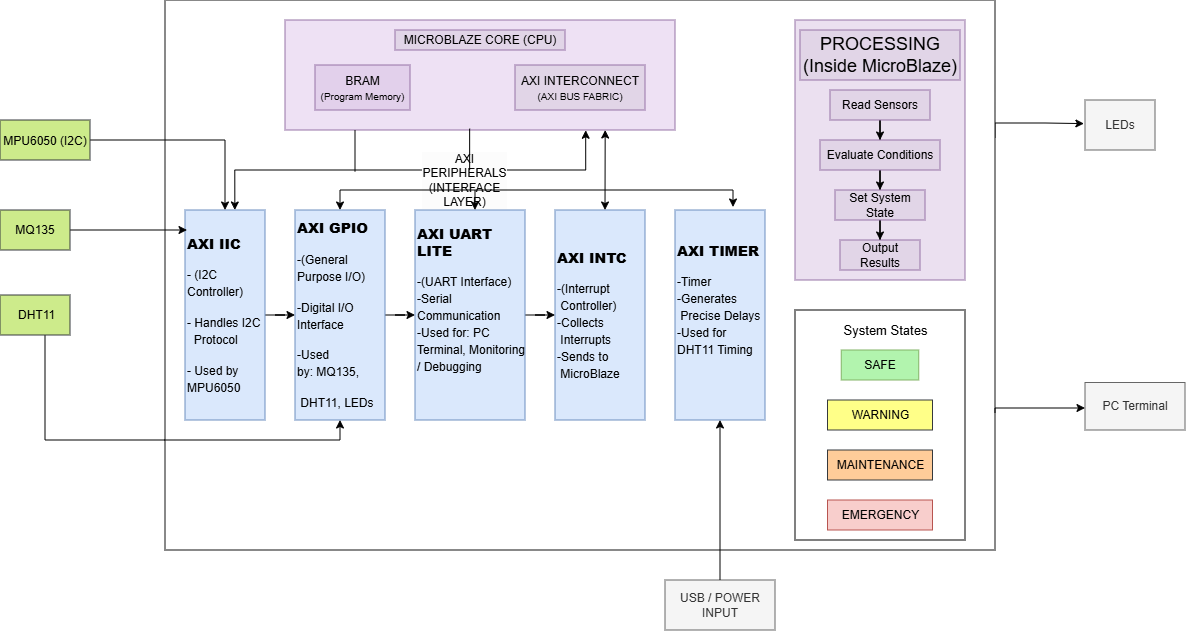
Above: images/architemb.png in PrinceEppakayal/SKILLLAB_PROR-2026-Innovators (draw.io), before the change. Source tidied: cells renumbered, new cells last; positions are measured from the earlier drawing's top-left corner, leaving out a move shared by most shapes. Its diagram source:
```xml
<mxGraphModel>
  <root>
    <mxCell id="0" />
    <mxCell id="1" parent="0" />
    <mxCell id="2" style="edgeStyle=orthogonalEdgeStyle;rounded=0;jettySize=auto;html=1;entryX=0.25;entryY=0;entryDx=0;entryDy=0;startArrow=none;startFill=0;endArrow=classic;endFill=1;" parent="1" edge="1" source="3" target="17">
      <mxGeometry relative="1" as="geometry" />
    </mxCell>
    <mxCell id="3" value="&lt;h3&gt;&lt;span style=&quot;background-color: transparent; color: light-dark(rgb(0, 0, 0), rgb(255, 255, 255)); font-size: 12px; font-weight: normal;&quot;&gt;MPU6050 (I2C)&lt;/span&gt;&lt;/h3&gt;" style="rounded=0;whiteSpace=wrap;html=1;fillColor=#cdeb8b;strokeColor=#36393d;" parent="1" vertex="1">
      <mxGeometry y="120" width="90" height="40" as="geometry" />
    </mxCell>
    <mxCell id="4" style="edgeStyle=orthogonalEdgeStyle;rounded=0;jettySize=auto;html=1;" parent="1" edge="1" source="5" target="17">
      <mxGeometry relative="1" as="geometry">
        <Array as="points">
          <mxPoint x="165" y="230" />
          <mxPoint x="165" y="230" />
        </Array>
      </mxGeometry>
    </mxCell>
    <mxCell id="5" value="MQ135" style="rounded=0;whiteSpace=wrap;html=1;fillColor=#cdeb8b;strokeColor=#36393d;" parent="1" vertex="1">
      <mxGeometry y="210" width="70" height="40" as="geometry" />
    </mxCell>
    <mxCell id="6" style="edgeStyle=orthogonalEdgeStyle;rounded=0;jettySize=auto;html=1;entryX=0.25;entryY=1;entryDx=0;entryDy=0;" parent="1" edge="1" source="7" target="20">
      <mxGeometry relative="1" as="geometry">
        <Array as="points">
          <mxPoint x="45" y="440" />
          <mxPoint x="318" y="440" />
        </Array>
      </mxGeometry>
    </mxCell>
    <mxCell id="7" value="&amp;nbsp;DHT11" style="rounded=0;whiteSpace=wrap;html=1;fillColor=#cdeb8b;strokeColor=#36393d;" parent="1" vertex="1">
      <mxGeometry y="295" width="70" height="40" as="geometry" />
    </mxCell>
    <mxCell id="8" style="edgeStyle=orthogonalEdgeStyle;rounded=0;jettySize=auto;html=1;exitX=1;exitY=0.25;exitDx=0;exitDy=0;entryX=-0.016;entryY=0.472;entryDx=0;entryDy=0;entryPerimeter=0;" parent="1" edge="1" source="9" target="40">
      <mxGeometry relative="1" as="geometry">
        <Array as="points">
          <mxPoint x="1045" y="123" />
          <mxPoint x="1045" y="124" />
        </Array>
      </mxGeometry>
    </mxCell>
    <mxCell id="9" style="rounded=0;whiteSpace=wrap;html=1;strokeColor=light-dark(#121212, #121212);" parent="1" vertex="1">
      <mxGeometry x="165" width="830" height="550" as="geometry" />
    </mxCell>
    <mxCell id="10" style="edgeStyle=orthogonalEdgeStyle;rounded=0;orthogonalLoop=1;jettySize=auto;html=1;entryX=0.623;entryY=0.004;entryDx=0;entryDy=0;startArrow=classic;startFill=1;endArrow=classic;endFill=1;exitX=0.771;exitY=1.01;exitDx=0;exitDy=0;exitPerimeter=0;entryPerimeter=0;" parent="1" edge="1">
      <mxGeometry relative="1" as="geometry">
        <mxPoint x="585.7" y="130.3" as="sourcePoint" />
        <mxPoint x="234.8" y="210" as="targetPoint" />
        <Array as="points">
          <mxPoint x="586" y="170" />
          <mxPoint x="235" y="170" />
        </Array>
      </mxGeometry>
    </mxCell>
    <mxCell id="11" value="&lt;span style=&quot;font-size: 12px; white-space: normal;&quot;&gt;AXI PERIPHERALS (INTERFACE LAYER)&lt;/span&gt;" style="edgeLabel;html=1;align=center;verticalAlign=middle;labelBackgroundColor=light-dark(#fcfcfc, #ededed);" parent="10" vertex="1">
      <mxGeometry x="-0.45" relative="1" as="geometry">
        <mxPoint x="-42" y="10" as="offset" />
      </mxGeometry>
    </mxCell>
    <mxCell id="12" style="rounded=0;whiteSpace=wrap;html=1;fillColor=light-dark(#eee1f4, #392f3f);strokeColor=#9673a6;" parent="1" vertex="1">
      <mxGeometry x="285" y="20" width="390" height="110" as="geometry" />
    </mxCell>
    <mxCell id="13" value="BRAM&lt;div&gt;&lt;font style=&quot;font-size: 10px;&quot;&gt;(Program Memory)&lt;/font&gt;&lt;/div&gt;" style="whiteSpace=wrap;html=1;fillColor=light-dark(#e2d0eb, #392f3f);strokeColor=#9673a6;" parent="1" vertex="1">
      <mxGeometry x="315" y="65" width="95" height="45" as="geometry" />
    </mxCell>
    <mxCell id="14" value="AXI INTERCONNECT&lt;div&gt;&lt;font style=&quot;font-size: 10px;&quot;&gt;(AXI BUS FABRIC)&lt;/font&gt;&lt;/div&gt;" style="whiteSpace=wrap;html=1;fillColor=#e1d5e7;strokeColor=#9673a6;" parent="1" vertex="1">
      <mxGeometry x="515" y="65" width="130" height="45" as="geometry" />
    </mxCell>
    <mxCell id="15" value="MICROBLAZE CORE (CPU)" style="whiteSpace=wrap;html=1;strokeColor=#9673a6;fillColor=#e1d5e7;" parent="1" vertex="1">
      <mxGeometry x="395" y="30" width="170" height="20" as="geometry" />
    </mxCell>
    <mxCell id="16" style="edgeStyle=orthogonalEdgeStyle;rounded=0;jettySize=auto;html=1;" parent="1" edge="1" source="17" target="20">
      <mxGeometry relative="1" as="geometry" />
    </mxCell>
    <mxCell id="17" value="&lt;h3&gt;&lt;span role=&quot;text&quot;&gt;&lt;strong&gt;AXI IIC&lt;/strong&gt;&lt;/span&gt;&lt;/h3&gt;&lt;h3&gt;&lt;span style=&quot;background-color: transparent; color: light-dark(rgb(0, 0, 0), rgb(255, 255, 255)); font-size: 12px; font-weight: normal;&quot;&gt;- (I2C Controller)&lt;/span&gt;&lt;/h3&gt;&lt;h3&gt;&lt;span style=&quot;background-color: transparent; color: light-dark(rgb(0, 0, 0), rgb(255, 255, 255)); font-size: 12px; font-weight: normal;&quot;&gt;- Handles I2C&amp;nbsp; &amp;nbsp; Protocol&lt;/span&gt;&lt;/h3&gt;&lt;h3&gt;&lt;span style=&quot;background-color: transparent; color: light-dark(rgb(0, 0, 0), rgb(255, 255, 255)); font-size: 12px; font-weight: normal;&quot;&gt;- Used by MPU6050&lt;/span&gt;&lt;/h3&gt;" style="whiteSpace=wrap;html=1;align=left;fillColor=#dae8fc;strokeColor=#6c8ebf;" parent="1" vertex="1">
      <mxGeometry x="185" y="210" width="80" height="210" as="geometry" />
    </mxCell>
    <mxCell id="18" style="edgeStyle=orthogonalEdgeStyle;rounded=0;jettySize=auto;html=1;endArrow=classic;endFill=1;startArrow=classic;startFill=1;" parent="1" edge="1" source="20">
      <mxGeometry relative="1" as="geometry">
        <mxPoint x="733" y="207" as="targetPoint" />
        <Array as="points">
          <mxPoint x="340" y="190" />
          <mxPoint x="733" y="190" />
        </Array>
      </mxGeometry>
    </mxCell>
    <mxCell id="19" style="edgeStyle=orthogonalEdgeStyle;rounded=0;jettySize=auto;html=1;" parent="1" edge="1" source="20" target="22">
      <mxGeometry relative="1" as="geometry" />
    </mxCell>
    <mxCell id="20" value="&lt;h3&gt;&lt;span role=&quot;text&quot;&gt;&lt;strong&gt;AXI GPIO&lt;/strong&gt;&lt;/span&gt;&lt;/h3&gt;&lt;h3&gt;&lt;span style=&quot;background-color: transparent; color: light-dark(rgb(0, 0, 0), rgb(255, 255, 255)); font-size: 12px; font-weight: normal;&quot;&gt;-(General Purpose I/O)&lt;/span&gt;&lt;/h3&gt;&lt;h3&gt;&lt;span style=&quot;background-color: transparent; color: light-dark(rgb(0, 0, 0), rgb(255, 255, 255)); font-size: 12px; font-weight: normal;&quot;&gt;-Digital I/O Interface&lt;/span&gt;&lt;/h3&gt;&lt;h3&gt;&lt;span style=&quot;background-color: transparent; color: light-dark(rgb(0, 0, 0), rgb(255, 255, 255)); font-size: 12px; font-weight: normal;&quot;&gt;-Used by:&amp;nbsp;&lt;/span&gt;&lt;span style=&quot;background-color: transparent; color: light-dark(rgb(0, 0, 0), rgb(255, 255, 255)); font-size: 12px; font-weight: normal;&quot;&gt;MQ135,&lt;/span&gt;&lt;/h3&gt;&lt;h3&gt;&lt;span style=&quot;background-color: transparent; color: light-dark(rgb(0, 0, 0), rgb(255, 255, 255)); font-size: 12px; font-weight: normal;&quot;&gt;&amp;nbsp;&lt;/span&gt;&lt;span style=&quot;background-color: transparent; color: light-dark(rgb(0, 0, 0), rgb(255, 255, 255)); font-size: 12px; font-weight: normal;&quot;&gt;DHT11,&amp;nbsp;&lt;/span&gt;&lt;span style=&quot;background-color: transparent; color: light-dark(rgb(0, 0, 0), rgb(255, 255, 255)); font-size: 12px; font-weight: normal;&quot;&gt;LEDs&lt;/span&gt;&lt;/h3&gt;" style="whiteSpace=wrap;html=1;align=left;fillColor=#dae8fc;strokeColor=#6c8ebf;" parent="1" vertex="1">
      <mxGeometry x="295" y="210" width="90" height="210" as="geometry" />
    </mxCell>
    <mxCell id="21" style="edgeStyle=orthogonalEdgeStyle;rounded=0;jettySize=auto;html=1;" parent="1" edge="1" source="22" target="23">
      <mxGeometry relative="1" as="geometry" />
    </mxCell>
    <mxCell id="22" value="&lt;h3&gt;&lt;span role=&quot;text&quot;&gt;&lt;strong&gt;AXI UART LITE&lt;/strong&gt;&lt;/span&gt;&lt;/h3&gt;&lt;h3&gt;&lt;span style=&quot;font-weight: normal;&quot;&gt;&lt;span style=&quot;background-color: transparent; color: light-dark(rgb(0, 0, 0), rgb(255, 255, 255)); font-size: 12px;&quot;&gt;-(UART Interface)&lt;/span&gt;&lt;br&gt;&lt;span style=&quot;background-color: transparent; color: light-dark(rgb(0, 0, 0), rgb(255, 255, 255)); font-size: 12px;&quot;&gt;-Serial Communication&lt;/span&gt;&lt;br&gt;&lt;span style=&quot;background-color: transparent; color: light-dark(rgb(0, 0, 0), rgb(255, 255, 255)); font-size: 12px;&quot;&gt;-Used for:&amp;nbsp;&lt;/span&gt;&lt;/span&gt;&lt;span style=&quot;background-color: transparent; color: light-dark(rgb(0, 0, 0), rgb(255, 255, 255)); font-size: 12px; font-weight: normal;&quot;&gt;PC Terminal,&amp;nbsp;&lt;/span&gt;&lt;span style=&quot;background-color: transparent; color: light-dark(rgb(0, 0, 0), rgb(255, 255, 255)); font-size: 12px; font-weight: normal;&quot;&gt;Monitoring / Debugging&lt;/span&gt;&lt;/h3&gt;&lt;h3&gt;&lt;br&gt;&lt;/h3&gt;" style="whiteSpace=wrap;html=1;align=left;fillColor=#dae8fc;strokeColor=#6c8ebf;" parent="1" vertex="1">
      <mxGeometry x="415" y="210" width="110" height="210" as="geometry" />
    </mxCell>
    <mxCell id="23" value="&lt;h3&gt;&lt;span role=&quot;text&quot;&gt;&lt;strong&gt;AXI INTC&lt;/strong&gt;&lt;/span&gt;&lt;/h3&gt;&lt;h3&gt;&lt;span style=&quot;font-weight: normal;&quot;&gt;&lt;span style=&quot;background-color: transparent; color: light-dark(rgb(0, 0, 0), rgb(255, 255, 255)); font-size: 12px;&quot;&gt;-(Interrupt&amp;nbsp; &amp;nbsp;Controlle&lt;/span&gt;&lt;span style=&quot;background-color: transparent; color: light-dark(rgb(0, 0, 0), rgb(255, 255, 255)); font-size: 12px;&quot;&gt;r)&lt;/span&gt;&lt;br&gt;&lt;span style=&quot;background-color: transparent; color: light-dark(rgb(0, 0, 0), rgb(255, 255, 255)); font-size: 12px;&quot;&gt;-Collects&amp;nbsp; &amp;nbsp;Interrupts&lt;/span&gt;&lt;br&gt;&lt;span style=&quot;background-color: transparent; color: light-dark(rgb(0, 0, 0), rgb(255, 255, 255)); font-size: 12px;&quot;&gt;-Sends to&amp;nbsp; &amp;nbsp;MicroBlaze&lt;/span&gt;&lt;/span&gt;&lt;/h3&gt;" style="whiteSpace=wrap;html=1;align=left;fillColor=#dae8fc;strokeColor=#6c8ebf;" parent="1" vertex="1">
      <mxGeometry x="555" y="210" width="90" height="210" as="geometry" />
    </mxCell>
    <mxCell id="24" value="&lt;h3&gt;&lt;span role=&quot;text&quot;&gt;&lt;strong&gt;AXI TIMER&lt;/strong&gt;&lt;/span&gt;&lt;/h3&gt;&lt;h3&gt;&lt;span style=&quot;font-weight: normal; background-color: transparent; color: light-dark(rgb(0, 0, 0), rgb(255, 255, 255)); font-size: 12px;&quot;&gt;-Timer&lt;/span&gt;&lt;br&gt;&lt;span style=&quot;font-weight: normal; background-color: transparent; color: light-dark(rgb(0, 0, 0), rgb(255, 255, 255)); font-size: 12px;&quot;&gt;-Generates&amp;nbsp; &amp;nbsp; &amp;nbsp; &amp;nbsp; &amp;nbsp;Precise Delays&lt;/span&gt;&lt;br&gt;&lt;span style=&quot;background-color: transparent; color: light-dark(rgb(0, 0, 0), rgb(255, 255, 255)); font-size: 12px; font-weight: normal;&quot;&gt;-Used for DHT11 Timing&lt;/span&gt;&lt;span style=&quot;background-color: transparent; color: light-dark(rgb(0, 0, 0), rgb(255, 255, 255)); font-size: 12px; font-weight: normal;&quot;&gt;&amp;nbsp;&lt;/span&gt;&lt;ul&gt;&lt;br/&gt;&lt;/ul&gt;&lt;/h3&gt;" style="whiteSpace=wrap;html=1;align=left;fillColor=#dae8fc;strokeColor=#6c8ebf;" parent="1" vertex="1">
      <mxGeometry x="675" y="210" width="90" height="210" as="geometry" />
    </mxCell>
    <mxCell id="25" style="whiteSpace=wrap;html=1;fillColor=light-dark(#ebe0f0, #392f3f);strokeColor=#9673a6;" parent="1" vertex="1">
      <mxGeometry x="795" y="20" width="170" height="260" as="geometry" />
    </mxCell>
    <mxCell id="26" value="&lt;h2&gt;&lt;span role=&quot;text&quot;&gt;&lt;span style=&quot;font-weight: normal;&quot;&gt;PROCESSING (Inside MicroBlaze)&lt;/span&gt;&lt;/span&gt;&lt;/h2&gt;" style="whiteSpace=wrap;html=1;strokeColor=#9673a6;fillColor=#e1d5e7;" parent="1" vertex="1">
      <mxGeometry x="800" y="30" width="160" height="50" as="geometry" />
    </mxCell>
    <mxCell id="27" style="edgeStyle=orthogonalEdgeStyle;rounded=0;jettySize=auto;html=1;entryX=0.5;entryY=0;entryDx=0;entryDy=0;" parent="1" edge="1" source="28" target="30">
      <mxGeometry relative="1" as="geometry" />
    </mxCell>
    <mxCell id="28" value="Read Sensors" style="whiteSpace=wrap;html=1;fillColor=#e1d5e7;strokeColor=#9673a6;" parent="1" vertex="1">
      <mxGeometry x="830" y="90" width="100" height="30" as="geometry" />
    </mxCell>
    <mxCell id="29" style="edgeStyle=orthogonalEdgeStyle;rounded=0;jettySize=auto;html=1;entryX=0.5;entryY=0;entryDx=0;entryDy=0;" parent="1" edge="1" source="30" target="32">
      <mxGeometry relative="1" as="geometry" />
    </mxCell>
    <mxCell id="30" value="Evaluate Conditions" style="whiteSpace=wrap;html=1;fillColor=#e1d5e7;strokeColor=#9673a6;" parent="1" vertex="1">
      <mxGeometry x="820" y="140" width="120" height="30" as="geometry" />
    </mxCell>
    <mxCell id="31" style="edgeStyle=orthogonalEdgeStyle;rounded=0;jettySize=auto;html=1;" parent="1" edge="1" source="32" target="33">
      <mxGeometry relative="1" as="geometry" />
    </mxCell>
    <mxCell id="32" value="Set System State" style="whiteSpace=wrap;html=1;fillColor=#e1d5e7;strokeColor=#9673a6;" parent="1" vertex="1">
      <mxGeometry x="835" y="190" width="90" height="30" as="geometry" />
    </mxCell>
    <mxCell id="33" value="Output Results" style="whiteSpace=wrap;html=1;fillColor=#e1d5e7;strokeColor=#9673a6;" parent="1" vertex="1">
      <mxGeometry x="840" y="240" width="80" height="30" as="geometry" />
    </mxCell>
    <mxCell id="34" style="whiteSpace=wrap;html=1;" parent="1" vertex="1">
      <mxGeometry x="795" y="310" width="170" height="230" as="geometry" />
    </mxCell>
    <mxCell id="35" value="&lt;font style=&quot;font-size: 13px;&quot;&gt;System States&lt;/font&gt;" style="whiteSpace=wrap;html=1;strokeColor=light-dark(#ffffff, #ededed);" parent="1" vertex="1">
      <mxGeometry x="837.5" y="320" width="95" height="20" as="geometry" />
    </mxCell>
    <mxCell id="36" value="SAFE" style="whiteSpace=wrap;html=1;fillColor=light-dark(#b2f4ae, #1f2f1e);strokeColor=#82b366;" parent="1" vertex="1">
      <mxGeometry x="841.2" y="350" width="77.5" height="30" as="geometry" />
    </mxCell>
    <mxCell id="37" value="WARNING" style="whiteSpace=wrap;html=1;fillColor=#ffff88;strokeColor=#36393d;" parent="1" vertex="1">
      <mxGeometry x="827.5" y="400" width="105" height="30" as="geometry" />
    </mxCell>
    <mxCell id="38" value="MAINTENANCE" style="whiteSpace=wrap;html=1;fillColor=#ffcc99;strokeColor=#36393d;" parent="1" vertex="1">
      <mxGeometry x="827.5" y="450" width="105" height="30" as="geometry" />
    </mxCell>
    <mxCell id="39" value="EMERGENCY" style="whiteSpace=wrap;html=1;fillColor=#f8cecc;strokeColor=#b85450;" parent="1" vertex="1">
      <mxGeometry x="827.5" y="500" width="105" height="30" as="geometry" />
    </mxCell>
    <mxCell id="40" value="LEDs" style="whiteSpace=wrap;html=1;fillColor=#f5f5f5;fontColor=#333333;strokeColor=#666666;" parent="1" vertex="1">
      <mxGeometry x="1085" y="100" width="70" height="50" as="geometry" />
    </mxCell>
    <mxCell id="41" value="PC Terminal" style="whiteSpace=wrap;html=1;fillColor=#f5f5f5;fontColor=#333333;strokeColor=#666666;" parent="1" vertex="1">
      <mxGeometry x="1085" y="382.5" width="100" height="47.5" as="geometry" />
    </mxCell>
    <mxCell id="42" style="edgeStyle=orthogonalEdgeStyle;rounded=0;jettySize=auto;html=1;exitX=1;exitY=0.75;exitDx=0;exitDy=0;" parent="1" edge="1" source="9">
      <mxGeometry relative="1" as="geometry">
        <mxPoint x="1085" y="408" as="targetPoint" />
        <Array as="points">
          <mxPoint x="1045" y="408" />
          <mxPoint x="1093" y="408" />
        </Array>
      </mxGeometry>
    </mxCell>
    <mxCell id="43" style="endArrow=classic;html=1;rounded=0;entryX=0.5;entryY=0;entryDx=0;entryDy=0;" parent="1" edge="1" target="17">
      <mxGeometry relative="1" as="geometry">
        <mxPoint x="165" y="140" as="sourcePoint" />
        <Array as="points">
          <mxPoint x="195" y="140" />
          <mxPoint x="225" y="140" />
        </Array>
      </mxGeometry>
    </mxCell>
    <mxCell id="44" style="endArrow=classic;html=1;rounded=0;" parent="1" edge="1">
      <mxGeometry relative="1" as="geometry">
        <mxPoint x="165" y="230" as="sourcePoint" />
        <mxPoint x="187" y="230" as="targetPoint" />
      </mxGeometry>
    </mxCell>
    <mxCell id="45" style="endArrow=classic;html=1;rounded=0;exitX=-0.001;exitY=0.8;exitDx=0;exitDy=0;exitPerimeter=0;entryX=0.5;entryY=1;entryDx=0;entryDy=0;" parent="1" edge="1" source="9" target="20">
      <mxGeometry relative="1" as="geometry">
        <Array as="points">
          <mxPoint x="305" y="440" />
          <mxPoint x="340" y="440" />
        </Array>
      </mxGeometry>
    </mxCell>
    <mxCell id="46" style="edgeStyle=none;jettySize=auto;html=1;rounded=0;exitX=0.821;exitY=1;exitDx=0;exitDy=0;exitPerimeter=0;startArrow=classic;startFill=1;" parent="1" edge="1" source="12">
      <mxGeometry relative="1" as="geometry">
        <mxPoint x="605" y="210" as="targetPoint" />
      </mxGeometry>
    </mxCell>
    <mxCell id="47" style="edgeStyle=none;jettySize=auto;html=1;rounded=0;entryX=0.545;entryY=0;entryDx=0;entryDy=0;entryPerimeter=0;" parent="1" edge="1" target="22">
      <mxGeometry relative="1" as="geometry">
        <mxPoint x="475" y="190" as="sourcePoint" />
      </mxGeometry>
    </mxCell>
    <mxCell id="48" style="edgeStyle=none;orthogonalLoop=1;jettySize=auto;html=1;rounded=0;endArrow=none;endFill=0;" parent="1" edge="1">
      <mxGeometry relative="1" as="geometry">
        <mxPoint x="355" y="171.4" as="sourcePoint" />
        <mxPoint x="355" y="130" as="targetPoint" />
      </mxGeometry>
    </mxCell>
    <mxCell id="49" style="edgeStyle=none;orthogonalLoop=1;jettySize=auto;html=1;rounded=0;endArrow=none;endFill=0;" parent="1" edge="1">
      <mxGeometry relative="1" as="geometry">
        <mxPoint x="469.6" y="170" as="sourcePoint" />
        <mxPoint x="469.6" y="128.7" as="targetPoint" />
      </mxGeometry>
    </mxCell>
    <mxCell id="50" value="USB / POWER INPUT" style="whiteSpace=wrap;html=1;fillColor=#f5f5f5;fontColor=#333333;strokeColor=#666666;" parent="1" vertex="1">
      <mxGeometry x="665" y="580" width="110" height="50" as="geometry" />
    </mxCell>
    <mxCell id="51" style="edgeStyle=none;jettySize=auto;html=1;rounded=0;entryX=0.5;entryY=1;entryDx=0;entryDy=0;" parent="1" edge="1" target="24">
      <mxGeometry relative="1" as="geometry">
        <mxPoint x="720" y="580" as="sourcePoint" />
      </mxGeometry>
    </mxCell>
  </root>
</mxGraphModel>
```
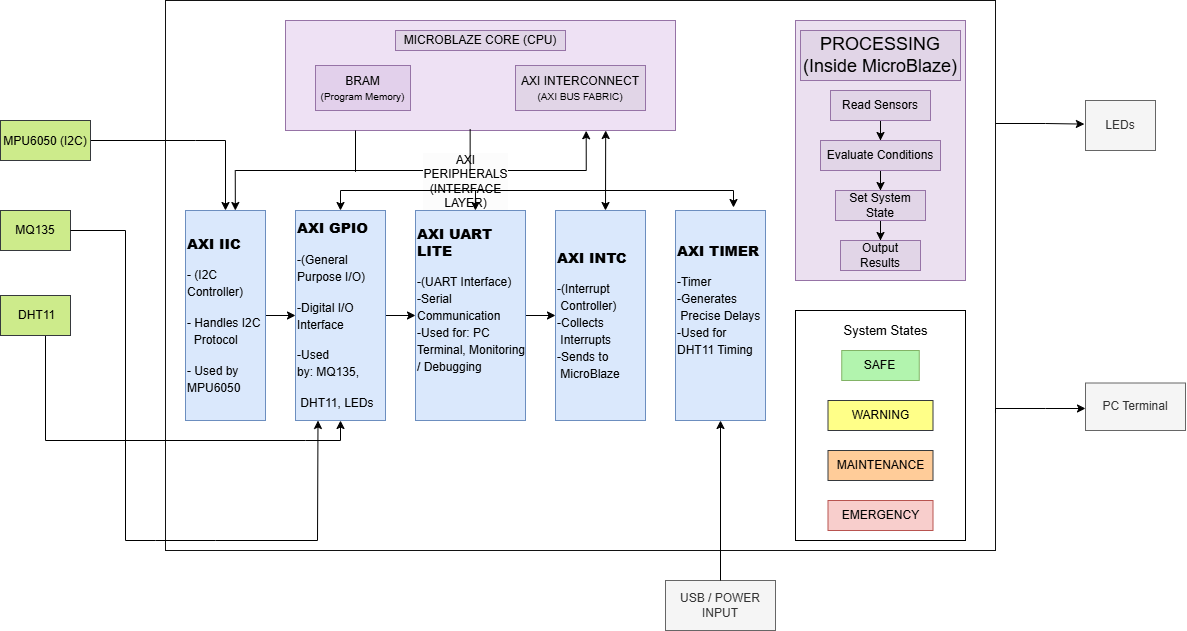
The same diagram one commit later.

The edit, as a diff of the source:
```diff
@@ -8,14 +8,6 @@
     <mxCell id="3" value="&lt;h3&gt;&lt;span style=&quot;background-color: transparent; color: light-dark(rgb(0, 0, 0), rgb(255, 255, 255)); font-size: 12px; font-weight: normal;&quot;&gt;MPU6050 (I2C)&lt;/span&gt;&lt;/h3&gt;" style="rounded=0;whiteSpace=wrap;html=1;fillColor=#cdeb8b;strokeColor=#36393d;" parent="1" vertex="1">
       <mxGeometry y="120" width="90" height="40" as="geometry" />
     </mxCell>
-    <mxCell id="4" style="edgeStyle=orthogonalEdgeStyle;rounded=0;jettySize=auto;html=1;" parent="1" edge="1" source="5" target="17">
-      <mxGeometry relative="1" as="geometry">
-        <Array as="points">
-          <mxPoint x="165" y="230" />
-          <mxPoint x="165" y="230" />
-        </Array>
-      </mxGeometry>
-    </mxCell>
     <mxCell id="5" value="MQ135" style="rounded=0;whiteSpace=wrap;html=1;fillColor=#cdeb8b;strokeColor=#36393d;" parent="1" vertex="1">
       <mxGeometry y="210" width="70" height="40" as="geometry" />
     </mxCell>
@@ -170,10 +162,15 @@
         </Array>
       </mxGeometry>
     </mxCell>
-    <mxCell id="44" style="endArrow=classic;html=1;rounded=0;" parent="1" edge="1">
+    <mxCell id="44" style="endArrow=classic;html=1;rounded=0;entryX=0.25;entryY=1;entryDx=0;entryDy=0;" parent="1" edge="1" target="20">
       <mxGeometry relative="1" as="geometry">
-        <mxPoint x="165" y="230" as="sourcePoint" />
-        <mxPoint x="187" y="230" as="targetPoint" />
+        <mxPoint x="125" y="230" as="sourcePoint" />
+        <Array as="points">
+          <mxPoint x="125" y="540" />
+          <mxPoint x="155" y="540" />
+          <mxPoint x="215" y="540" />
+          <mxPoint x="317" y="540" />
+        </Array>
       </mxGeometry>
     </mxCell>
     <mxCell id="45" style="endArrow=classic;html=1;rounded=0;exitX=-0.001;exitY=0.8;exitDx=0;exitDy=0;exitPerimeter=0;entryX=0.5;entryY=1;entryDx=0;entryDy=0;" parent="1" edge="1" source="9" target="20">
@@ -214,5 +211,10 @@
         <mxPoint x="720" y="580" as="sourcePoint" />
       </mxGeometry>
     </mxCell>
+    <mxCell id="52" style="endArrow=none;html=1;rounded=0;exitX=1;exitY=0.5;exitDx=0;exitDy=0;" parent="1" edge="1" source="5">
+      <mxGeometry relative="1" as="geometry">
+        <mxPoint x="125" y="230" as="targetPoint" />
+      </mxGeometry>
+    </mxCell>
   </root>
 </mxGraphModel>
```
